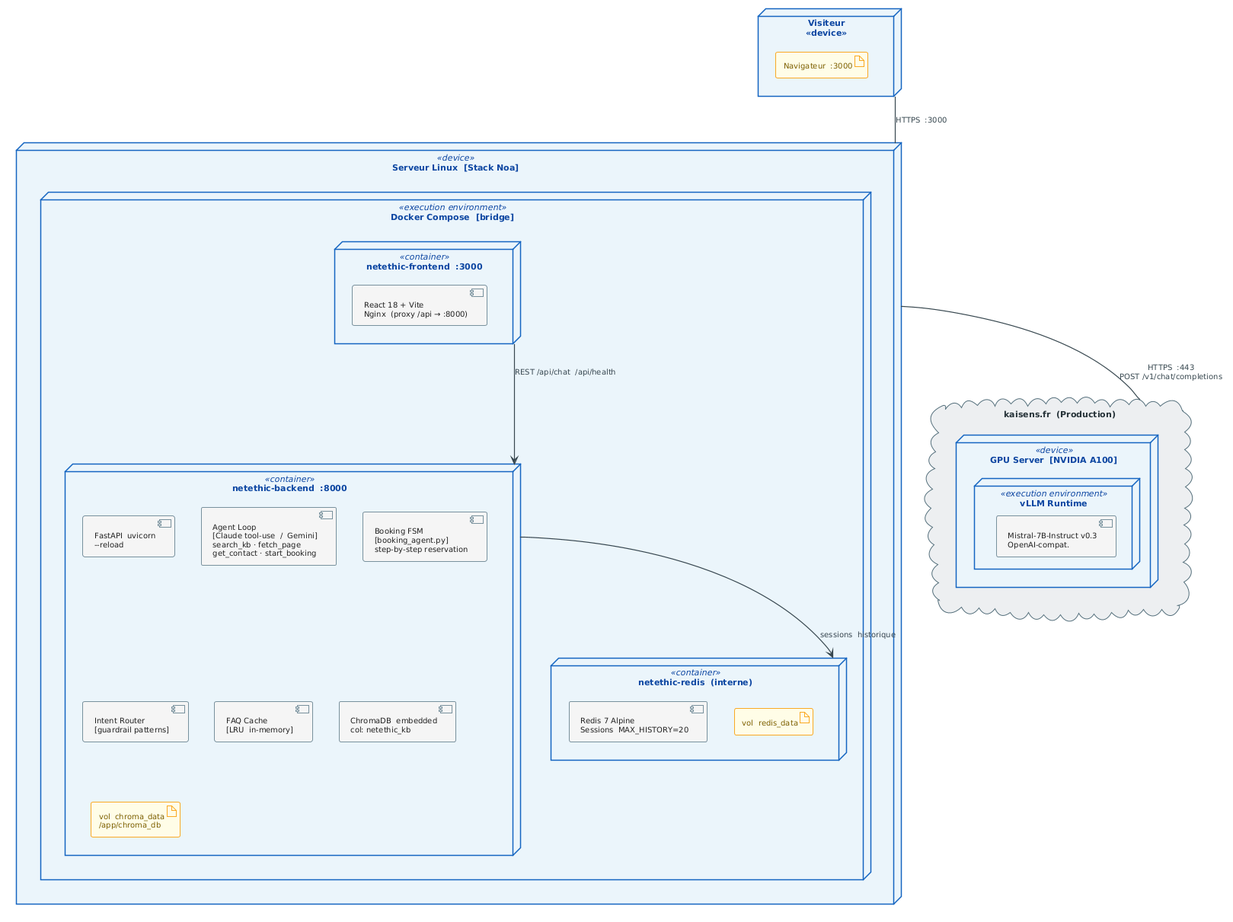
Earlier version of the PlantUML export diagramme/14_deploiement_noa.png (RedFalcon22/Rapport_ISTIC_2025_2026_v2). Its diagram source:
```plantuml
@startuml

!theme plain
skinparam defaultFontName Arial
skinparam defaultFontSize 11
skinparam shadowing false

skinparam node {
  BackgroundColor #EBF4FB
  BorderColor     #1565C0
  BorderThickness 1.5
  FontColor       #0D47A1
  FontSize        11
}
skinparam artifact {
  BackgroundColor #FFFDE7
  BorderColor     #F9A825
  FontColor       #7B5E00
  FontSize        10
}
skinparam component {
  BackgroundColor #F5F5F5
  BorderColor     #78909C
  FontColor       #212121
  FontSize        10
}
skinparam cloud {
  BackgroundColor #ECEFF1
  BorderColor     #546E7A
  FontColor       #263238
}
skinparam arrow {
  Color     #37474F
  Thickness 1.2
  FontSize  10
  FontColor #37474F
}


node "Visiteur\n<<device>>" as CLI {
  artifact "Navigateur  :3000" as BR
}

node "Serveur Linux  [Stack Noa]" <<device>> as HOST {
  node "Docker Compose  [bridge]" <<execution environment>> as NET {

    node "netethic-frontend  :3000" <<container>> as FE {
      component "React 18 + Vite\nNginx  (proxy /api → :8000)" as SVC_FE
    }

    node "netethic-backend  :8000" <<container>> as API {
      component "FastAPI  uvicorn\n--reload" as SVC_API
      component "Agent Loop\n[Claude tool-use  /  Gemini]\nsearch_kb · fetch_page\nget_contact · start_booking" as SVC_AGT
      component "Booking FSM\n[booking_agent.py]\nstep-by-step reservation" as SVC_FSM
      component "Intent Router\n[guardrail patterns]" as SVC_GRD
      component "FAQ Cache\n[LRU  in-memory]" as SVC_CACHE
      component "ChromaDB  embedded\ncol: netethic_kb" as SVC_CHR
      artifact "vol  chroma_data\n/app/chroma_db" as VOL_CHR
    }

    node "netethic-redis  (interne)" <<container>> as RED {
      component "Redis 7 Alpine\nSessions  MAX_HISTORY=20" as SVC_RED
      artifact "vol  redis_data" as VOL_RED
    }
  }
}

cloud "kaisens.fr  (Production)" as EXT {
  node "GPU Server  [NVIDIA A100]" <<device>> as GPU {
    node "vLLM Runtime" <<execution environment>> {
      component "Mistral-7B-Instruct v0.3\nOpenAI-compat." as LLM_PROD
    }
  }
}

CLI  --  HOST  : HTTPS  :3000
HOST --  EXT   : HTTPS  :443\nPOST /v1/chat/completions

FE   --> API   : REST /api/chat  /api/health
API  --> RED   : sessions  historique
@enduml
```
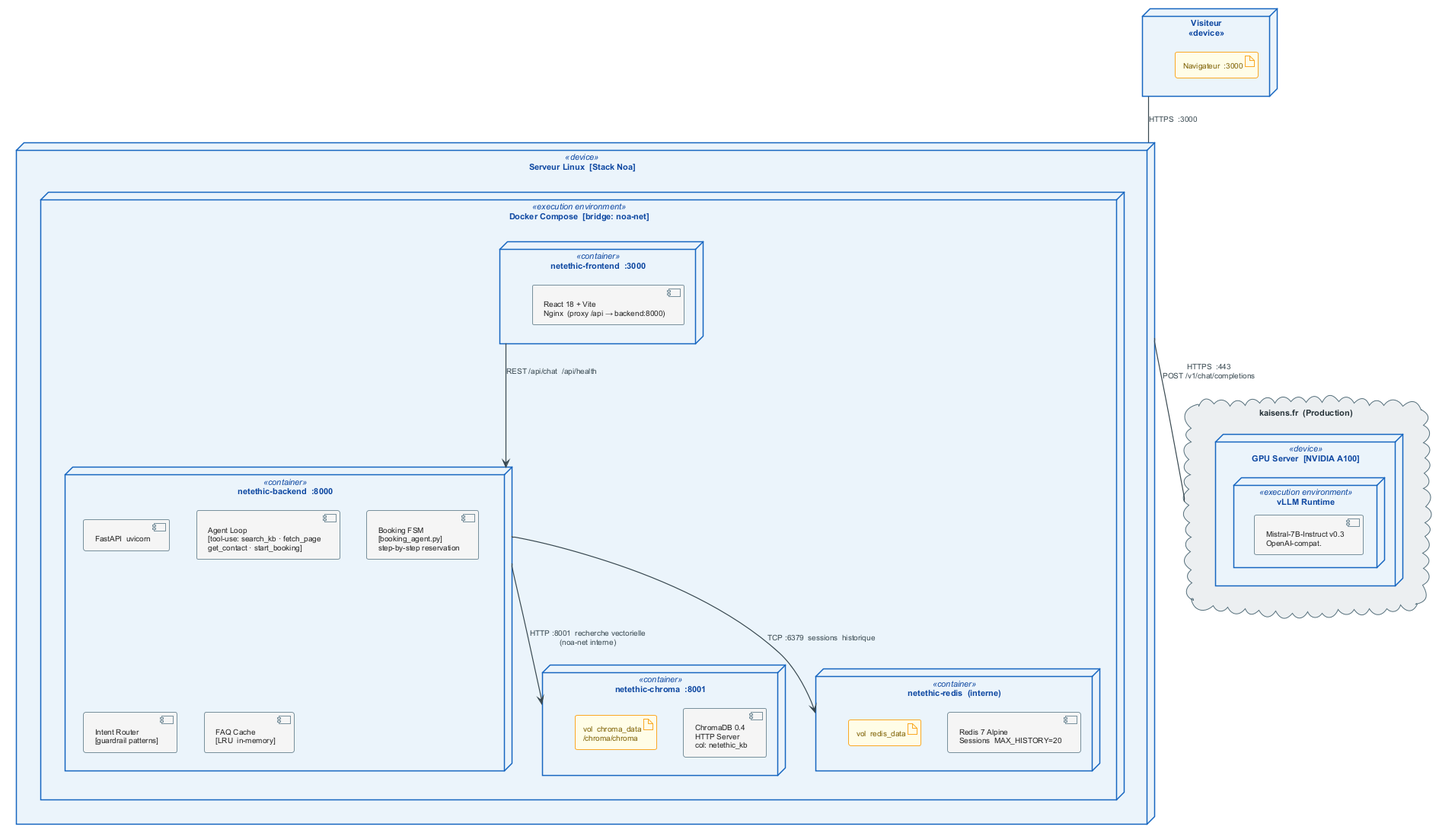
The same diagram one commit later.

What changed in the source:
```diff
@@ -1,5 +1,4 @@
-@startuml
-
+@startuml deploiement_noa
 !theme plain
 skinparam defaultFontName Arial
 skinparam defaultFontSize 11
@@ -42,20 +41,23 @@
 }
 
 node "Serveur Linux  [Stack Noa]" <<device>> as HOST {
-  node "Docker Compose  [bridge]" <<execution environment>> as NET {
+  node "Docker Compose  [bridge: noa-net]" <<execution environment>> as NET {
 
     node "netethic-frontend  :3000" <<container>> as FE {
-      component "React 18 + Vite\nNginx  (proxy /api → :8000)" as SVC_FE
+      component "React 18 + Vite\nNginx  (proxy /api → backend:8000)" as SVC_FE
     }
 
     node "netethic-backend  :8000" <<container>> as API {
-      component "FastAPI  uvicorn\n--reload" as SVC_API
-      component "Agent Loop\n[Claude tool-use  /  Gemini]\nsearch_kb · fetch_page\nget_contact · start_booking" as SVC_AGT
+      component "FastAPI  uvicorn" as SVC_API
+      component "Agent Loop\n[tool-use: search_kb · fetch_page\nget_contact · start_booking]" as SVC_AGT
       component "Booking FSM\n[booking_agent.py]\nstep-by-step reservation" as SVC_FSM
       component "Intent Router\n[guardrail patterns]" as SVC_GRD
       component "FAQ Cache\n[LRU  in-memory]" as SVC_CACHE
-      component "ChromaDB  embedded\ncol: netethic_kb" as SVC_CHR
-      artifact "vol  chroma_data\n/app/chroma_db" as VOL_CHR
+    }
+
+    node "netethic-chroma  :8001" <<container>> as CHR {
+      component "ChromaDB 0.4\nHTTP Server\ncol: netethic_kb" as SVC_CHR
+      artifact "vol  chroma_data\n/chroma/chroma" as VOL_CHR
     }
 
     node "netethic-redis  (interne)" <<container>> as RED {
@@ -77,5 +79,7 @@
 HOST --  EXT   : HTTPS  :443\nPOST /v1/chat/completions
 
 FE   --> API   : REST /api/chat  /api/health
-API  --> RED   : sessions  historique
+API  --> CHR   : HTTP :8001  recherche vectorielle\n(noa-net interne)
+API  --> RED   : TCP :6379  sessions  historique
+
 @enduml
```
